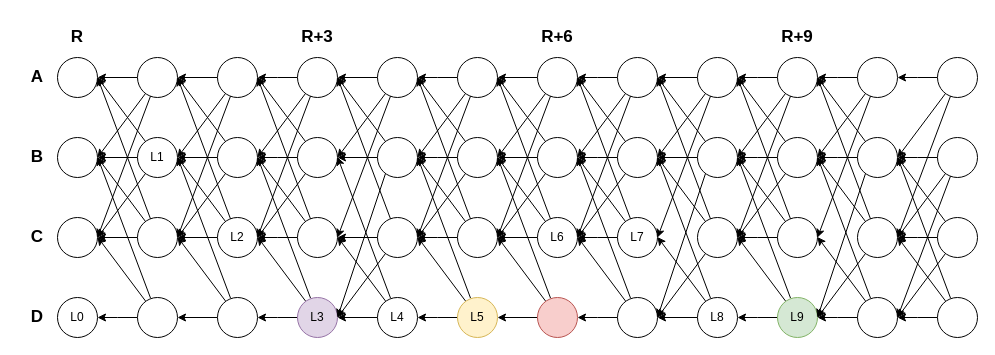
asonnino/various-diagrams keeps this draw.io diagram as Untitled Diagram.drawio. Above is the earlier version. Source tidied: cells renumbered, new cells numbered last; positions are measured from the earlier drawing's top-left corner, leaving out a move shared by most shapes. Both pictures are drawn from the tidied source at 100%, with x=0, y=0 at pixel (17, 17).
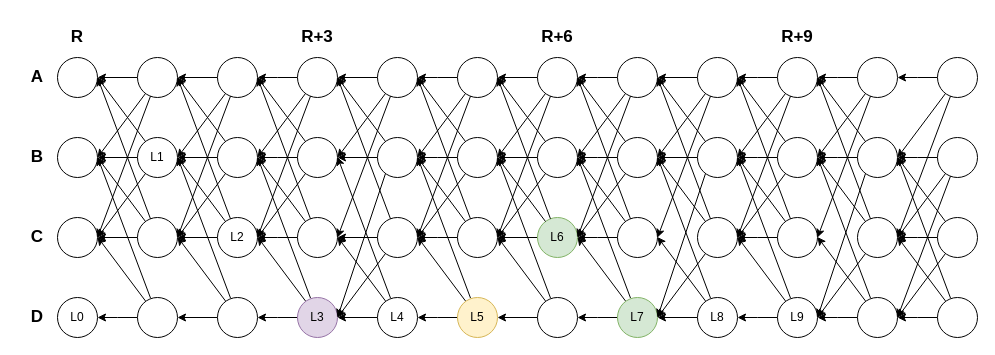
Above is the later version.

What changed in the source:
```diff
@@
-    <mxCell id="99" value="L6" style="ellipse;whiteSpace=wrap;html=1;" parent="1" vertex="1">
+    <mxCell id="99" value="L6" style="ellipse;whiteSpace=wrap;html=1;fillColor=#d5e8d4;strokeColor=#82b366;" parent="1" vertex="1">
       <mxGeometry x="520" y="200" width="40" height="40" as="geometry" />
     </mxCell>
@@
-    <mxCell id="101" style="ellipse;whiteSpace=wrap;html=1;fillColor=#f8cecc;strokeColor=#b85450;" parent="1" vertex="1">
+    <mxCell id="101" style="ellipse;whiteSpace=wrap;html=1;" parent="1" vertex="1">
       <mxGeometry x="520" y="280" width="40" height="40" as="geometry" />
     </mxCell>
@@
-    <mxCell id="115" value="L7" style="ellipse;whiteSpace=wrap;html=1;" parent="1" vertex="1">
+    <mxCell id="115" style="ellipse;whiteSpace=wrap;html=1;" parent="1" vertex="1">
       <mxGeometry x="600" y="200" width="40" height="40" as="geometry" />
     </mxCell>
@@
-    <mxCell id="117" style="ellipse;whiteSpace=wrap;html=1;" parent="1" vertex="1">
+    <mxCell id="117" value="L7" style="ellipse;whiteSpace=wrap;html=1;fillColor=#d5e8d4;strokeColor=#82b366;" parent="1" vertex="1">
       <mxGeometry x="600" y="280" width="40" height="40" as="geometry" />
     </mxCell>
@@
-    <mxCell id="149" value="L9" style="ellipse;whiteSpace=wrap;html=1;fillColor=#d5e8d4;strokeColor=#82b366;" parent="1" vertex="1">
+    <mxCell id="149" value="L9" style="ellipse;whiteSpace=wrap;html=1;" parent="1" vertex="1">
       <mxGeometry x="760" y="280" width="40" height="40" as="geometry" />
     </mxCell>
```
